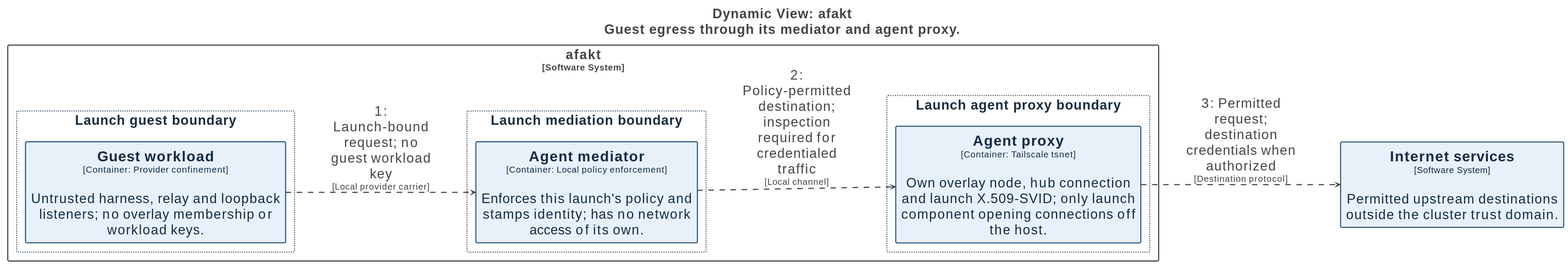
tbhb-dev/afakt keeps this PlantUML diagram as docs/diagrams/structurizr-network-flow-internet.svg. Above is the earlier version. Its source is kept beside it as docs/diagrams/structurizr-network-flow-internet.puml. Its diagram source:
```plantuml
@startuml
title <size:24>Dynamic View: afakt</size>\n<size:24>Guest egress through its mediator and agent proxy.</size>

set separator none
left to right direction
skinparam ranksep 20
skinparam nodesep 5
hide stereotype

skinparam {
  nodesep 80
  ranksep 160
}

<style>
  root {
    BackgroundColor: #ffffff;
    FontColor: #444444;
  }
  // Element,Topology
  .Element-RWxlbWVudCxUb3BvbG9neQ== {
    BackgroundColor: #e8f1fa;
    LineColor: #315b7d;
    LineStyle: 0;
    LineThickness: 2;
    FontColor: #122b44;
    FontSize: 24;
    HorizontalAlignment: center;
    Shadowing: 0;
    MaximumWidth: 450;
  }
  // Relationship
  .Relationship-UmVsYXRpb25zaGlw {
    LineThickness: 2;
    LineStyle: 10-10;
    LineColor: #444444;
    FontColor: #444444;
    FontSize: 24;
    MaximumWidth: 200;
  }
  // afakt
  .Boundary-YWZha3Q= {
    BackgroundColor: #ffffff;
    LineColor: #444444;
    LineStyle: 0;
    LineThickness: 2;
    FontColor: #444444;
    FontSize: 24;
    HorizontalAlignment: center;
    Shadowing: 0;
  }
  // Launch agent proxy boundary
  .Group-TGF1bmNoIGFnZW50IHByb3h5IGJvdW5kYXJ5 {
    BackgroundColor: #ffffff;
    LineColor: #536b7e;
    LineStyle: 2-2;
    LineThickness: 2;
    FontColor: #182c3e;
    FontSize: 24;
    HorizontalAlignment: center;
    Shadowing: 0;
  }
  // Launch guest boundary
  .Group-TGF1bmNoIGd1ZXN0IGJvdW5kYXJ5 {
    BackgroundColor: #ffffff;
    LineColor: #536b7e;
    LineStyle: 2-2;
    LineThickness: 2;
    FontColor: #182c3e;
    FontSize: 24;
    HorizontalAlignment: center;
    Shadowing: 0;
  }
  // Launch mediation boundary
  .Group-TGF1bmNoIG1lZGlhdGlvbiBib3VuZGFyeQ== {
    BackgroundColor: #ffffff;
    LineColor: #536b7e;
    LineStyle: 2-2;
    LineThickness: 2;
    FontColor: #182c3e;
    FontSize: 24;
    HorizontalAlignment: center;
    Shadowing: 0;
  }
</style>

rectangle "afakt\n<size:16>[Software System]</size>" <<Boundary-YWZha3Q=>> {
  rectangle "Launch agent proxy boundary" <<Group-TGF1bmNoIGFnZW50IHByb3h5IGJvdW5kYXJ5>> as group3 {
    rectangle "==Agent proxy\n<size:16>[Container: Tailscale tsnet]</size>\n\nOwn overlay node, hub connection and launch X.509-SVID; only launch component opening connections off the host." <<Element-RWxlbWVudCxUb3BvbG9neQ==>> as afakt.Agentproxy
  }

  rectangle "Launch guest boundary" <<Group-TGF1bmNoIGd1ZXN0IGJvdW5kYXJ5>> as group4 {
    rectangle "==Guest workload\n<size:16>[Container: Provider confinement]</size>\n\nUntrusted harness, relay and loopback listeners; no overlay membership or workload keys." <<Element-RWxlbWVudCxUb3BvbG9neQ==>> as afakt.Guestworkload
  }

  rectangle "Launch mediation boundary" <<Group-TGF1bmNoIG1lZGlhdGlvbiBib3VuZGFyeQ==>> as group5 {
    rectangle "==Agent mediator\n<size:16>[Container: Local policy enforcement]</size>\n\nEnforces this launch's policy and stamps identity; has no network access of its own." <<Element-RWxlbWVudCxUb3BvbG9neQ==>> as afakt.Agentmediator
  }

}

rectangle "==Internet services\n<size:16>[Software System]</size>\n\nPermitted upstream destinations outside the cluster trust domain." <<Element-RWxlbWVudCxUb3BvbG9neQ==>> as Internetservices

afakt.Guestworkload --> afakt.Agentmediator <<Relationship-UmVsYXRpb25zaGlw>> : "1: Launch-bound request; no guest workload key\n<size:16>[Local provider carrier]</size>"
afakt.Agentmediator --> afakt.Agentproxy <<Relationship-UmVsYXRpb25zaGlw>> : "2: Policy-permitted destination; inspection required for credentialed traffic\n<size:16>[Local channel]</size>"
afakt.Agentproxy --> Internetservices <<Relationship-UmVsYXRpb25zaGlw>> : "3: Permitted request; destination credentials when authorized\n<size:16>[Destination protocol]</size>"

@enduml
```
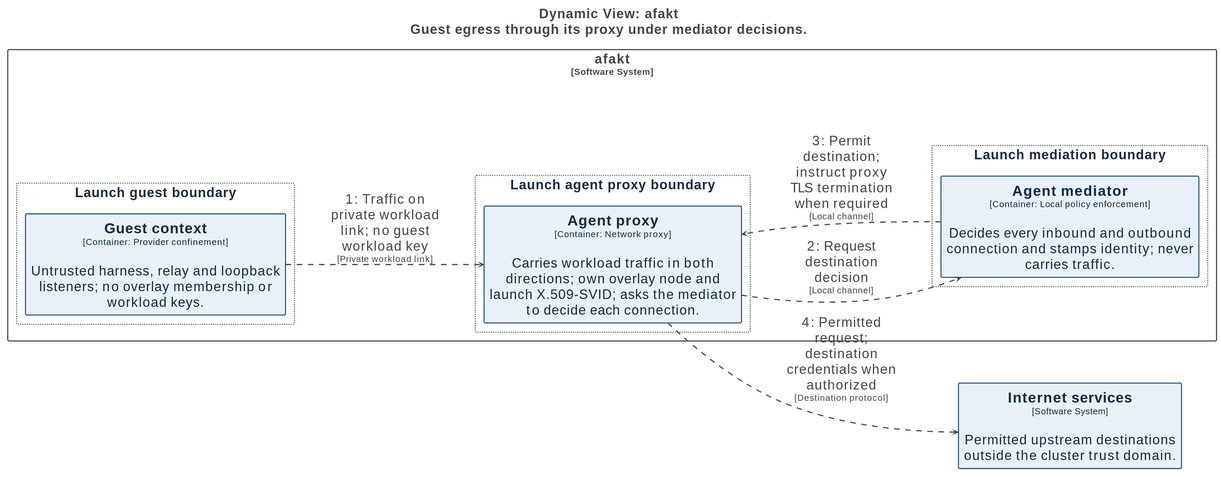
After the commit.

Change to the diagram source:
```diff
@@ -1,5 +1,5 @@
 @startuml
-title <size:24>Dynamic View: afakt</size>\n<size:24>Guest egress through its mediator and agent proxy.</size>
+title <size:24>Dynamic View: afakt</size>\n<size:24>Guest egress through its proxy under mediator decisions.</size>
 
 set separator none
 left to right direction
@@ -86,23 +86,24 @@
 
 rectangle "afakt\n<size:16>[Software System]</size>" <<Boundary-YWZha3Q=>> {
   rectangle "Launch agent proxy boundary" <<Group-TGF1bmNoIGFnZW50IHByb3h5IGJvdW5kYXJ5>> as group3 {
-    rectangle "==Agent proxy\n<size:16>[Container: Tailscale tsnet]</size>\n\nOwn overlay node, hub connection and launch X.509-SVID; only launch component opening connections off the host." <<Element-RWxlbWVudCxUb3BvbG9neQ==>> as afakt.Agentproxy
+    rectangle "==Agent proxy\n<size:16>[Container: Network proxy]</size>\n\nCarries workload traffic in both directions; own overlay node and launch X.509-SVID; asks the mediator to decide each connection." <<Element-RWxlbWVudCxUb3BvbG9neQ==>> as afakt.Agentproxy
   }
 
   rectangle "Launch guest boundary" <<Group-TGF1bmNoIGd1ZXN0IGJvdW5kYXJ5>> as group4 {
-    rectangle "==Guest workload\n<size:16>[Container: Provider confinement]</size>\n\nUntrusted harness, relay and loopback listeners; no overlay membership or workload keys." <<Element-RWxlbWVudCxUb3BvbG9neQ==>> as afakt.Guestworkload
+    rectangle "==Guest context\n<size:16>[Container: Provider confinement]</size>\n\nUntrusted harness, relay and loopback listeners; no overlay membership or workload keys." <<Element-RWxlbWVudCxUb3BvbG9neQ==>> as afakt.Guestcontext
   }
 
   rectangle "Launch mediation boundary" <<Group-TGF1bmNoIG1lZGlhdGlvbiBib3VuZGFyeQ==>> as group5 {
-    rectangle "==Agent mediator\n<size:16>[Container: Local policy enforcement]</size>\n\nEnforces this launch's policy and stamps identity; has no network access of its own." <<Element-RWxlbWVudCxUb3BvbG9neQ==>> as afakt.Agentmediator
+    rectangle "==Agent mediator\n<size:16>[Container: Local policy enforcement]</size>\n\nDecides every inbound and outbound connection and stamps identity; never carries traffic." <<Element-RWxlbWVudCxUb3BvbG9neQ==>> as afakt.Agentmediator
   }
 
 }
 
 rectangle "==Internet services\n<size:16>[Software System]</size>\n\nPermitted upstream destinations outside the cluster trust domain." <<Element-RWxlbWVudCxUb3BvbG9neQ==>> as Internetservices
 
-afakt.Guestworkload --> afakt.Agentmediator <<Relationship-UmVsYXRpb25zaGlw>> : "1: Launch-bound request; no guest workload key\n<size:16>[Local provider carrier]</size>"
-afakt.Agentmediator --> afakt.Agentproxy <<Relationship-UmVsYXRpb25zaGlw>> : "2: Policy-permitted destination; inspection required for credentialed traffic\n<size:16>[Local channel]</size>"
-afakt.Agentproxy --> Internetservices <<Relationship-UmVsYXRpb25zaGlw>> : "3: Permitted request; destination credentials when authorized\n<size:16>[Destination protocol]</size>"
+afakt.Guestcontext --> afakt.Agentproxy <<Relationship-UmVsYXRpb25zaGlw>> : "1: Traffic on private workload link; no guest workload key\n<size:16>[Private workload link]</size>"
+afakt.Agentproxy --> afakt.Agentmediator <<Relationship-UmVsYXRpb25zaGlw>> : "2: Request destination decision\n<size:16>[Local channel]</size>"
+afakt.Agentmediator --> afakt.Agentproxy <<Relationship-UmVsYXRpb25zaGlw>> : "3: Permit destination; instruct proxy TLS termination when required\n<size:16>[Local channel]</size>"
+afakt.Agentproxy --> Internetservices <<Relationship-UmVsYXRpb25zaGlw>> : "4: Permitted request; destination credentials when authorized\n<size:16>[Destination protocol]</size>"
 
 @enduml
```
